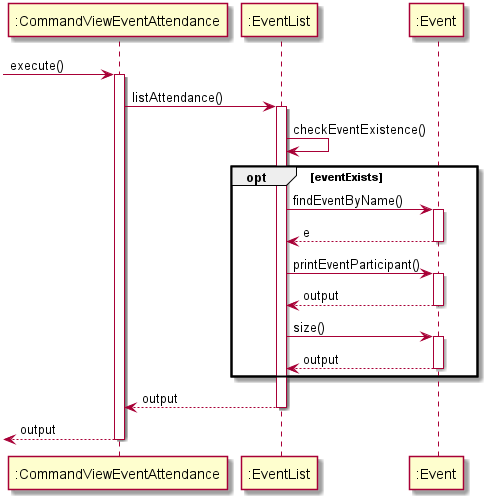
Above: docs/EventDiagram/SequenceDiagram/CommandViewEventAttendance.png in nus-cs2113-AY2021S1/tp (PlantUML), before the change.
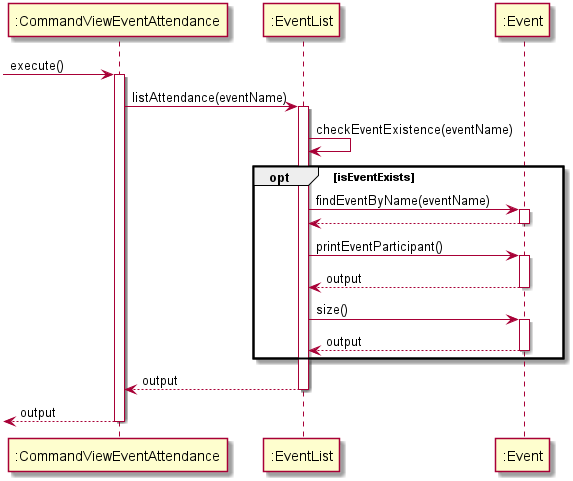
Later version of the same file.

Change to the diagram source:
```diff
@@ -2,13 +2,13 @@
  -> ":CommandViewEventAttendance": execute()
 
 activate ":CommandViewEventAttendance"
-":CommandViewEventAttendance" -> ":EventList" : listAttendance()
+":CommandViewEventAttendance" -> ":EventList" : listAttendance(eventName)
 activate ":EventList"
-":EventList" -> ":EventList" : checkEventExistence()
-opt eventExists
-    ":EventList" -> ":Event" : findEventByName()
+":EventList" -> ":EventList" : checkEventExistence(eventName)
+opt isEventExists
+    ":EventList" -> ":Event" : findEventByName(eventName)
     activate ":Event"
-    return e
+    return
     ":EventList" -> ":Event" : printEventParticipant()
     activate ":Event"
     return output
```
